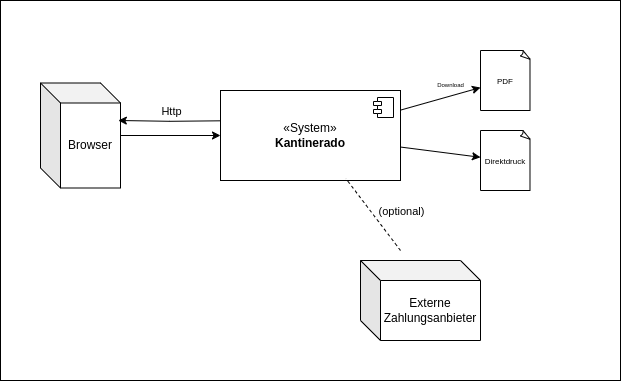
The draw.io diagram docs/resources/Context.png in Golo300/Kantinerado, before a commit. Source tidied: cells renumbered, new cells last; positions are measured from the earlier drawing's top-left corner, leaving out a move shared by most shapes.
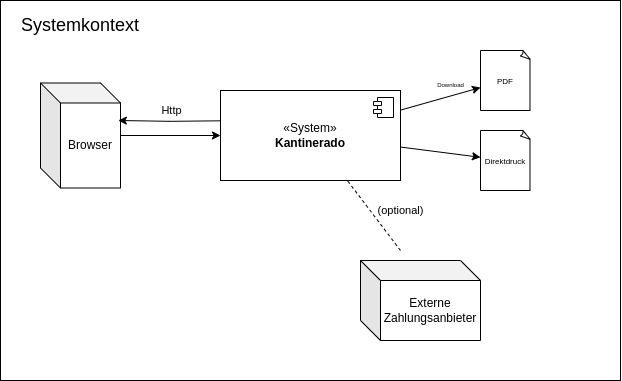
After the commit.

What changed in the source:
```diff
@@ -60,5 +60,11 @@
     <mxCell id="16" style="endArrow=classic;html=1;rounded=0;" parent="1" edge="1" source="3" target="13">
       <mxGeometry relative="1" as="geometry" />
     </mxCell>
+    <mxCell id="17" value="&lt;div style=&quot;background-color: rgb(31, 31, 31); font-family: &amp;quot;Droid Sans Mono&amp;quot;, &amp;quot;monospace&amp;quot;, monospace; font-weight: normal; font-size: 14px; line-height: 19px;&quot;&gt;&lt;div style=&quot;&quot;&gt;&lt;br&gt;&lt;/div&gt;&lt;/div&gt;" style="text;whiteSpace=wrap;html=1;" parent="1" vertex="1">
+      <mxGeometry x="50" y="20" width="120" height="40" as="geometry" />
+    </mxCell>
+    <mxCell id="18" value="&lt;font style=&quot;font-size: 18px;&quot;&gt;Systemkontext&lt;/font&gt;" style="text;html=1;strokeColor=none;fillColor=none;align=center;verticalAlign=middle;whiteSpace=wrap;rounded=0;" parent="1" vertex="1">
+      <mxGeometry x="50" y="10" width="60" height="30" as="geometry" />
+    </mxCell>
   </root>
 </mxGraphModel>
```
